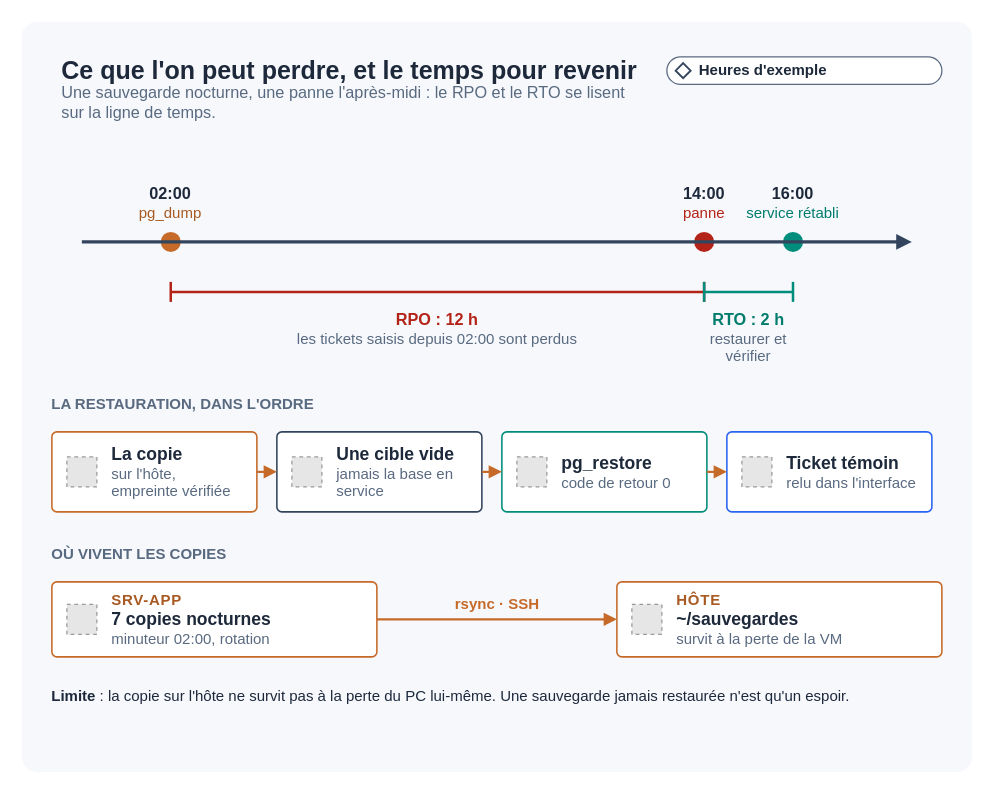
The draw.io diagram docs/diagrams/pedagogique-sauvegarde.drawio in mathiasseguincadiche/OpsDesk, before the edit. Source tidied: cells renumbered, new cells numbered last; positions are measured from the earlier drawing's top-left corner, leaving out a move shared by most shapes. Both pictures are drawn from the tidied source at 125%, with x=0, y=0 at pixel (21, 21). Pictures stored in the file or linked from it are replaced by grey dashed boxes.
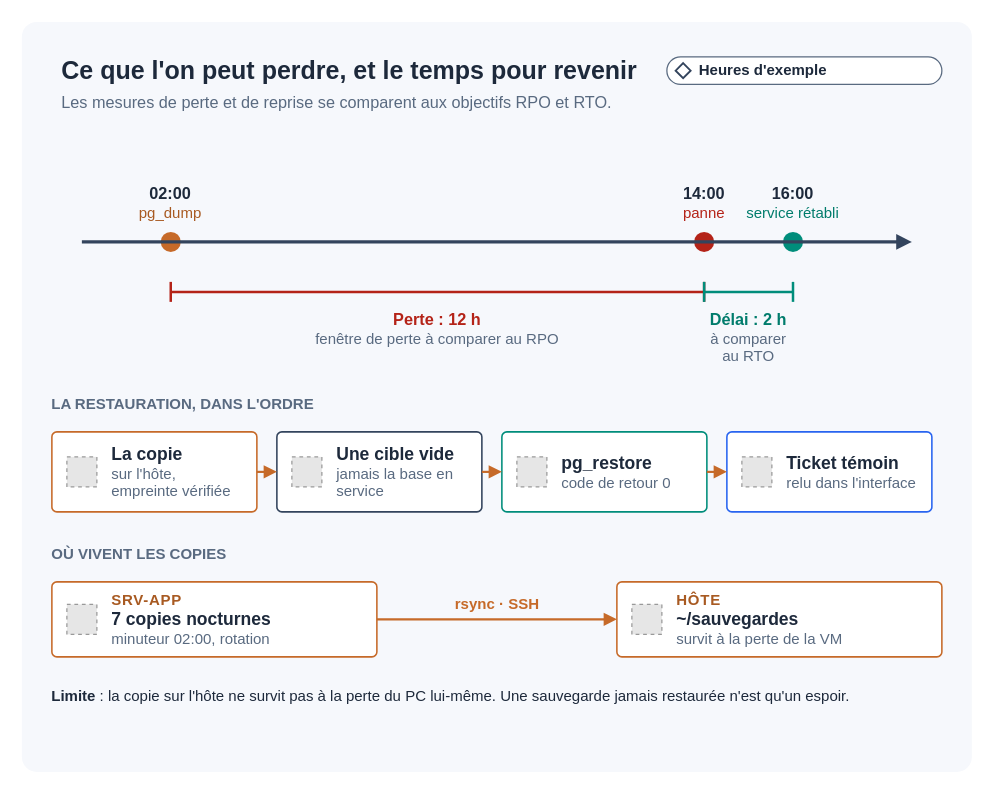
Above is the later version.

The edit, as a diff of the source:
```diff
@@
-    <mxCell id="8" value="Une sauvegarde nocturne, une panne l'après-midi : le RPO et le RTO se lisent sur la ligne de temps." style="text;html=1;whiteSpace=wrap;strokeColor=none;fillColor=none;verticalAlign=middle;spacing=0;fontFamily=Helvetica;fontSize=13;fontColor=#596A80;align=left;" parent="5" vertex="1">
+    <mxCell id="8" value="Les mesures de perte et de reprise se comparent aux objectifs RPO et RTO." style="text;html=1;whiteSpace=wrap;strokeColor=none;fillColor=none;verticalAlign=middle;spacing=0;fontFamily=Helvetica;fontSize=13;fontColor=#596A80;align=left;" parent="5" vertex="1">
       <mxGeometry x="32" y="54" width="464" height="20" as="geometry" />
     </mxCell>
@@
-    <mxCell id="21" value="&lt;span style=&quot;font-size:13px;font-weight:bold;color:#B42318&quot;&gt;RPO : 12 h&lt;/span&gt;&lt;br&gt;&lt;span style=&quot;font-size:12px;color:#596A80&quot;&gt;les tickets saisis depuis 02:00 sont perdus&lt;/span&gt;" style="text;html=1;whiteSpace=wrap;strokeColor=none;fillColor=none;verticalAlign=top;spacing=0;fontFamily=Helvetica;fontSize=12;fontColor=#1D293B;align=center;" parent="5" vertex="1">
+    <mxCell id="21" value="&lt;span style=&quot;font-size:13px;font-weight:bold;color:#B42318&quot;&gt;Perte : 12 h&lt;/span&gt;&lt;br&gt;&lt;span style=&quot;font-size:12px;color:#596A80&quot;&gt;fenêtre de perte à comparer au RPO&lt;/span&gt;" style="text;html=1;whiteSpace=wrap;strokeColor=none;fillColor=none;verticalAlign=top;spacing=0;fontFamily=Helvetica;fontSize=12;fontColor=#1D293B;align=center;" parent="5" vertex="1">
       <mxGeometry x="119.1" y="226" width="426.7" height="36" as="geometry" />
     </mxCell>
@@
-    <mxCell id="25" value="&lt;span style=&quot;font-size:13px;font-weight:bold;color:#007C6C&quot;&gt;RTO : 2 h&lt;/span&gt;&lt;br&gt;&lt;span style=&quot;font-size:12px;color:#596A80&quot;&gt;restaurer et vérifier&lt;/span&gt;" style="text;html=1;whiteSpace=wrap;strokeColor=none;fillColor=none;verticalAlign=top;spacing=0;fontFamily=Helvetica;fontSize=12;fontColor=#1D293B;align=center;" parent="5" vertex="1">
+    <mxCell id="25" value="&lt;span style=&quot;font-size:13px;font-weight:bold;color:#007C6C&quot;&gt;Délai : 2 h&lt;/span&gt;&lt;br&gt;&lt;span style=&quot;font-size:12px;color:#596A80&quot;&gt;à comparer au RTO&lt;/span&gt;" style="text;html=1;whiteSpace=wrap;strokeColor=none;fillColor=none;verticalAlign=top;spacing=0;fontFamily=Helvetica;fontSize=12;fontColor=#1D293B;align=center;" parent="5" vertex="1">
       <mxGeometry x="545.8" y="226" width="71.1" height="36" as="geometry" />
     </mxCell>
```
